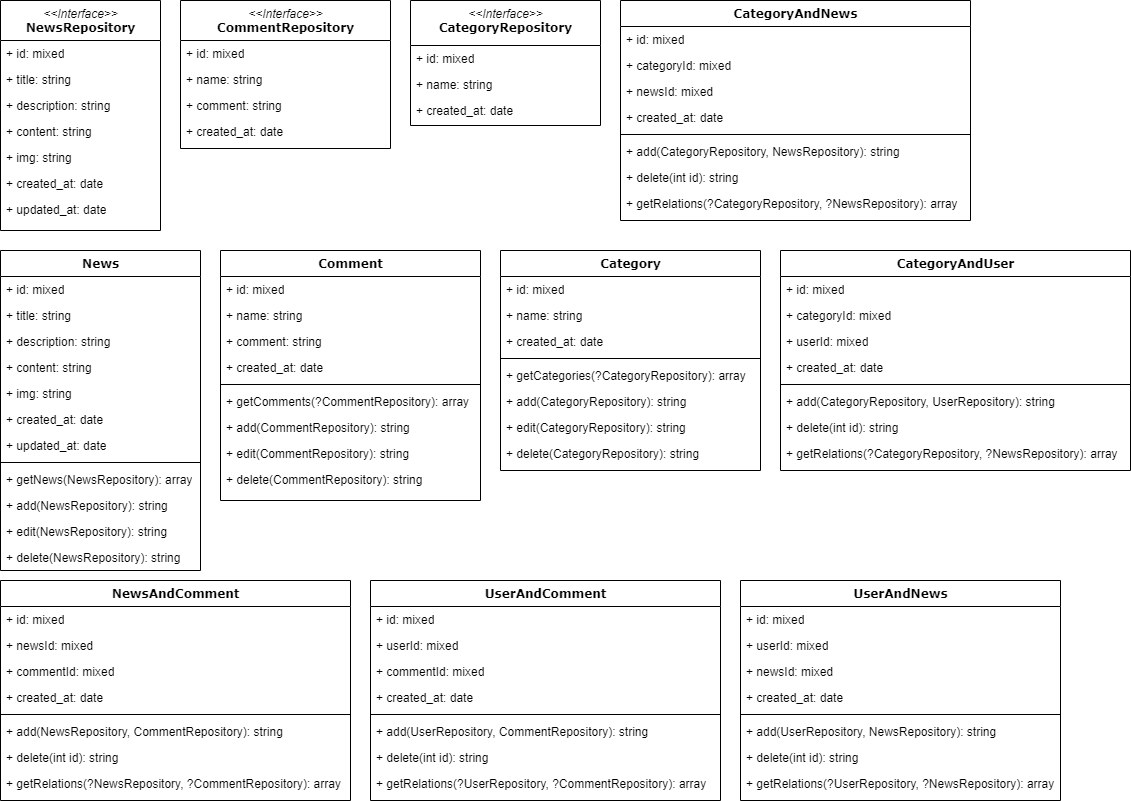
hasanuyanik/news-web-app keeps this draw.io diagram as UML/Category, News, Comment Diagram.drawio.png. Above is the earlier version. Source tidied: cells renumbered, new cells last; positions are measured from the earlier drawing's top-left corner, leaving out a move shared by most shapes.
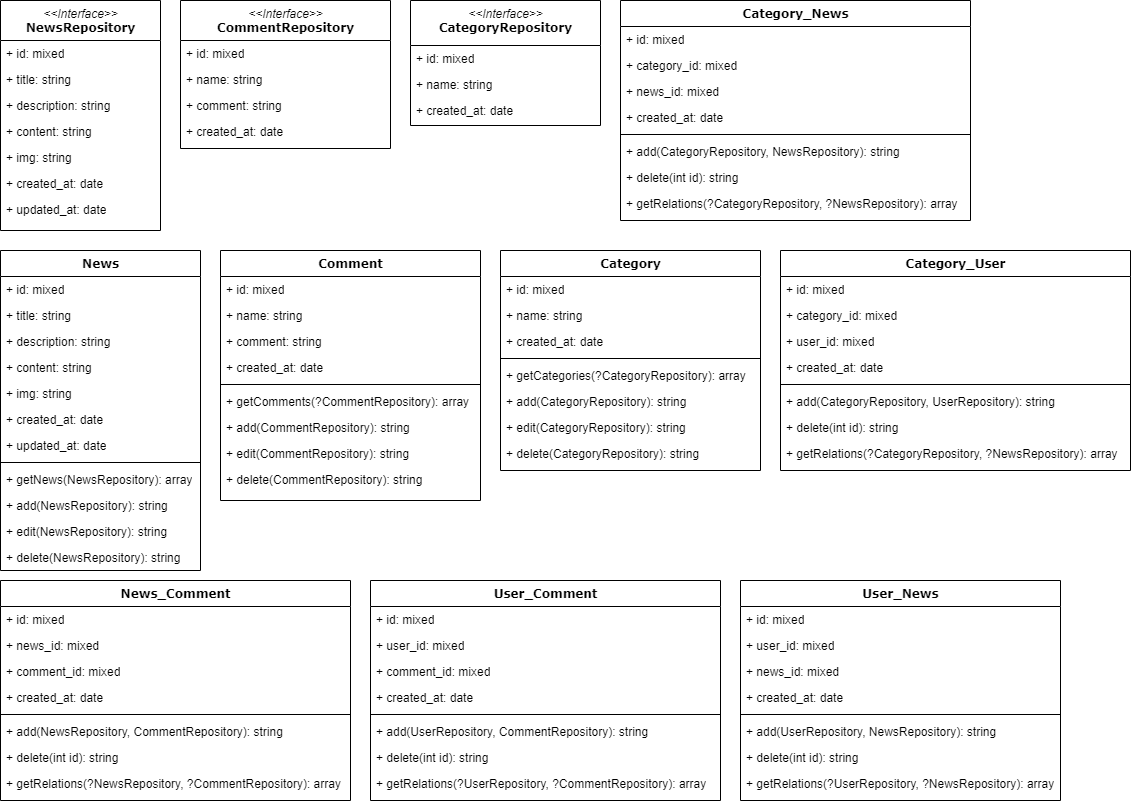
Later version of the same file.

What changed in the source:
```diff
@@ -29,16 +29,16 @@
     <mxCell id="10" value="+ delete(CategoryRepository): string" style="text;html=1;strokeColor=none;fillColor=none;align=left;verticalAlign=top;spacingLeft=4;spacingRight=4;whiteSpace=wrap;overflow=hidden;" parent="2" vertex="1">
       <mxGeometry y="190" width="260" height="26" as="geometry" />
     </mxCell>
-    <mxCell id="11" value="CategoryAndNews" style="swimlane;html=1;fontStyle=1;align=center;verticalAlign=top;horizontal=1;startSize=26;swimlaneFillColor=#ffffff;rounded=0;shadow=0;comic=0;labelBackgroundColor=none;strokeWidth=1;fillColor=none;fontFamily=Verdana;fontSize=12;" parent="1" vertex="1">
+    <mxCell id="11" value="Category_News" style="swimlane;html=1;fontStyle=1;align=center;verticalAlign=top;horizontal=1;startSize=26;swimlaneFillColor=#ffffff;rounded=0;shadow=0;comic=0;labelBackgroundColor=none;strokeWidth=1;fillColor=none;fontFamily=Verdana;fontSize=12;" parent="1" vertex="1">
       <mxGeometry x="620" width="350" height="220" as="geometry" />
     </mxCell>
     <mxCell id="12" value="+ id: mixed" style="text;html=1;strokeColor=none;fillColor=none;align=left;verticalAlign=top;spacingLeft=4;spacingRight=4;whiteSpace=wrap;overflow=hidden;" parent="11" vertex="1">
       <mxGeometry y="26" width="350" height="26" as="geometry" />
     </mxCell>
-    <mxCell id="13" value="+ categoryId: mixed" style="text;html=1;strokeColor=none;fillColor=none;align=left;verticalAlign=top;spacingLeft=4;spacingRight=4;whiteSpace=wrap;overflow=hidden;" parent="11" vertex="1">
+    <mxCell id="13" value="+ category_id: mixed" style="text;html=1;strokeColor=none;fillColor=none;align=left;verticalAlign=top;spacingLeft=4;spacingRight=4;whiteSpace=wrap;overflow=hidden;" parent="11" vertex="1">
       <mxGeometry y="52" width="350" height="26" as="geometry" />
     </mxCell>
-    <mxCell id="14" value="+ newsId: mixed" style="text;html=1;strokeColor=none;fillColor=none;align=left;verticalAlign=top;spacingLeft=4;spacingRight=4;whiteSpace=wrap;overflow=hidden;" parent="11" vertex="1">
+    <mxCell id="14" value="+ news_id: mixed" style="text;html=1;strokeColor=none;fillColor=none;align=left;verticalAlign=top;spacingLeft=4;spacingRight=4;whiteSpace=wrap;overflow=hidden;" parent="11" vertex="1">
       <mxGeometry y="78" width="350" height="26" as="geometry" />
     </mxCell>
     <mxCell id="15" value="+ created_at: date" style="text;html=1;strokeColor=none;fillColor=none;align=left;verticalAlign=top;spacingLeft=4;spacingRight=4;whiteSpace=wrap;overflow=hidden;" parent="11" vertex="1">
@@ -125,16 +125,16 @@
     <mxCell id="42" value="+ delete(NewsRepository): string" style="text;html=1;strokeColor=none;fillColor=none;align=left;verticalAlign=top;spacingLeft=4;spacingRight=4;whiteSpace=wrap;overflow=hidden;" parent="30" vertex="1">
       <mxGeometry y="294" width="200" height="26" as="geometry" />
     </mxCell>
-    <mxCell id="43" value="NewsAndComment" style="swimlane;html=1;fontStyle=1;align=center;verticalAlign=top;horizontal=1;startSize=26;swimlaneFillColor=#ffffff;rounded=0;shadow=0;comic=0;labelBackgroundColor=none;strokeWidth=1;fillColor=none;fontFamily=Verdana;fontSize=12;" parent="1" vertex="1">
+    <mxCell id="43" value="News_Comment" style="swimlane;html=1;fontStyle=1;align=center;verticalAlign=top;horizontal=1;startSize=26;swimlaneFillColor=#ffffff;rounded=0;shadow=0;comic=0;labelBackgroundColor=none;strokeWidth=1;fillColor=none;fontFamily=Verdana;fontSize=12;" parent="1" vertex="1">
       <mxGeometry y="580" width="350" height="220" as="geometry" />
     </mxCell>
     <mxCell id="44" value="+ id: mixed" style="text;html=1;strokeColor=none;fillColor=none;align=left;verticalAlign=top;spacingLeft=4;spacingRight=4;whiteSpace=wrap;overflow=hidden;" parent="43" vertex="1">
       <mxGeometry y="26" width="350" height="26" as="geometry" />
     </mxCell>
-    <mxCell id="45" value="+ newsId: mixed" style="text;html=1;strokeColor=none;fillColor=none;align=left;verticalAlign=top;spacingLeft=4;spacingRight=4;whiteSpace=wrap;overflow=hidden;" parent="43" vertex="1">
+    <mxCell id="45" value="+ news_id: mixed" style="text;html=1;strokeColor=none;fillColor=none;align=left;verticalAlign=top;spacingLeft=4;spacingRight=4;whiteSpace=wrap;overflow=hidden;" parent="43" vertex="1">
       <mxGeometry y="52" width="350" height="26" as="geometry" />
     </mxCell>
-    <mxCell id="46" value="+ commentId: mixed" style="text;html=1;strokeColor=none;fillColor=none;align=left;verticalAlign=top;spacingLeft=4;spacingRight=4;whiteSpace=wrap;overflow=hidden;" parent="43" vertex="1">
+    <mxCell id="46" value="+ comment_id: mixed" style="text;html=1;strokeColor=none;fillColor=none;align=left;verticalAlign=top;spacingLeft=4;spacingRight=4;whiteSpace=wrap;overflow=hidden;" parent="43" vertex="1">
       <mxGeometry y="78" width="350" height="26" as="geometry" />
     </mxCell>
     <mxCell id="47" value="+ created_at: date" style="text;html=1;strokeColor=none;fillColor=none;align=left;verticalAlign=top;spacingLeft=4;spacingRight=4;whiteSpace=wrap;overflow=hidden;" parent="43" vertex="1">
@@ -152,16 +152,16 @@
     <mxCell id="51" value="+ getRelations(?NewsRepository, ?CommentRepository): array" style="text;html=1;strokeColor=none;fillColor=none;align=left;verticalAlign=top;spacingLeft=4;spacingRight=4;whiteSpace=wrap;overflow=hidden;" parent="43" vertex="1">
       <mxGeometry y="190" width="350" height="26" as="geometry" />
     </mxCell>
-    <mxCell id="52" value="UserAndComment" style="swimlane;html=1;fontStyle=1;align=center;verticalAlign=top;horizontal=1;startSize=26;swimlaneFillColor=#ffffff;rounded=0;shadow=0;comic=0;labelBackgroundColor=none;strokeWidth=1;fillColor=none;fontFamily=Verdana;fontSize=12;" parent="1" vertex="1">
+    <mxCell id="52" value="User_Comment" style="swimlane;html=1;fontStyle=1;align=center;verticalAlign=top;horizontal=1;startSize=26;swimlaneFillColor=#ffffff;rounded=0;shadow=0;comic=0;labelBackgroundColor=none;strokeWidth=1;fillColor=none;fontFamily=Verdana;fontSize=12;" parent="1" vertex="1">
       <mxGeometry x="370" y="580" width="350" height="220" as="geometry" />
     </mxCell>
     <mxCell id="53" value="+ id: mixed" style="text;html=1;strokeColor=none;fillColor=none;align=left;verticalAlign=top;spacingLeft=4;spacingRight=4;whiteSpace=wrap;overflow=hidden;" parent="52" vertex="1">
       <mxGeometry y="26" width="350" height="26" as="geometry" />
     </mxCell>
-    <mxCell id="54" value="+ userId: mixed" style="text;html=1;strokeColor=none;fillColor=none;align=left;verticalAlign=top;spacingLeft=4;spacingRight=4;whiteSpace=wrap;overflow=hidden;" parent="52" vertex="1">
+    <mxCell id="54" value="+ user_id: mixed" style="text;html=1;strokeColor=none;fillColor=none;align=left;verticalAlign=top;spacingLeft=4;spacingRight=4;whiteSpace=wrap;overflow=hidden;" parent="52" vertex="1">
       <mxGeometry y="52" width="350" height="26" as="geometry" />
     </mxCell>
-    <mxCell id="55" value="+ commentId: mixed" style="text;html=1;strokeColor=none;fillColor=none;align=left;verticalAlign=top;spacingLeft=4;spacingRight=4;whiteSpace=wrap;overflow=hidden;" parent="52" vertex="1">
+    <mxCell id="55" value="+ comment_id: mixed" style="text;html=1;strokeColor=none;fillColor=none;align=left;verticalAlign=top;spacingLeft=4;spacingRight=4;whiteSpace=wrap;overflow=hidden;" parent="52" vertex="1">
       <mxGeometry y="78" width="350" height="26" as="geometry" />
     </mxCell>
     <mxCell id="56" value="+ created_at: date" style="text;html=1;strokeColor=none;fillColor=none;align=left;verticalAlign=top;spacingLeft=4;spacingRight=4;whiteSpace=wrap;overflow=hidden;" parent="52" vertex="1">
@@ -179,16 +179,16 @@
     <mxCell id="60" value="+ getRelations(?UserRepository, ?CommentRepository): array" style="text;html=1;strokeColor=none;fillColor=none;align=left;verticalAlign=top;spacingLeft=4;spacingRight=4;whiteSpace=wrap;overflow=hidden;" parent="52" vertex="1">
       <mxGeometry y="190" width="350" height="26" as="geometry" />
     </mxCell>
-    <mxCell id="61" value="UserAndNews" style="swimlane;html=1;fontStyle=1;align=center;verticalAlign=top;horizontal=1;startSize=26;swimlaneFillColor=#ffffff;rounded=0;shadow=0;comic=0;labelBackgroundColor=none;strokeWidth=1;fillColor=none;fontFamily=Verdana;fontSize=12;" parent="1" vertex="1">
+    <mxCell id="61" value="User_News" style="swimlane;html=1;fontStyle=1;align=center;verticalAlign=top;horizontal=1;startSize=26;swimlaneFillColor=#ffffff;rounded=0;shadow=0;comic=0;labelBackgroundColor=none;strokeWidth=1;fillColor=none;fontFamily=Verdana;fontSize=12;" parent="1" vertex="1">
       <mxGeometry x="740" y="580" width="320" height="220" as="geometry" />
     </mxCell>
     <mxCell id="62" value="+ id: mixed" style="text;html=1;strokeColor=none;fillColor=none;align=left;verticalAlign=top;spacingLeft=4;spacingRight=4;whiteSpace=wrap;overflow=hidden;" parent="61" vertex="1">
       <mxGeometry y="26" width="320" height="26" as="geometry" />
     </mxCell>
-    <mxCell id="63" value="+ userId: mixed" style="text;html=1;strokeColor=none;fillColor=none;align=left;verticalAlign=top;spacingLeft=4;spacingRight=4;whiteSpace=wrap;overflow=hidden;" parent="61" vertex="1">
+    <mxCell id="63" value="+ user_id: mixed" style="text;html=1;strokeColor=none;fillColor=none;align=left;verticalAlign=top;spacingLeft=4;spacingRight=4;whiteSpace=wrap;overflow=hidden;" parent="61" vertex="1">
       <mxGeometry y="52" width="320" height="26" as="geometry" />
     </mxCell>
-    <mxCell id="64" value="+ newsId: mixed" style="text;html=1;strokeColor=none;fillColor=none;align=left;verticalAlign=top;spacingLeft=4;spacingRight=4;whiteSpace=wrap;overflow=hidden;" parent="61" vertex="1">
+    <mxCell id="64" value="+ news_id: mixed" style="text;html=1;strokeColor=none;fillColor=none;align=left;verticalAlign=top;spacingLeft=4;spacingRight=4;whiteSpace=wrap;overflow=hidden;" parent="61" vertex="1">
       <mxGeometry y="78" width="320" height="26" as="geometry" />
     </mxCell>
     <mxCell id="65" value="+ created_at: date" style="text;html=1;strokeColor=none;fillColor=none;align=left;verticalAlign=top;spacingLeft=4;spacingRight=4;whiteSpace=wrap;overflow=hidden;" parent="61" vertex="1">
@@ -206,16 +206,16 @@
     <mxCell id="69" value="+ getRelations(?UserRepository, ?NewsRepository): array" style="text;html=1;strokeColor=none;fillColor=none;align=left;verticalAlign=top;spacingLeft=4;spacingRight=4;whiteSpace=wrap;overflow=hidden;" parent="61" vertex="1">
       <mxGeometry y="190" width="320" height="26" as="geometry" />
     </mxCell>
-    <mxCell id="70" value="CategoryAndUser" style="swimlane;html=1;fontStyle=1;align=center;verticalAlign=top;horizontal=1;startSize=26;swimlaneFillColor=#ffffff;rounded=0;shadow=0;comic=0;labelBackgroundColor=none;strokeWidth=1;fillColor=none;fontFamily=Verdana;fontSize=12;" parent="1" vertex="1">
+    <mxCell id="70" value="Category_User" style="swimlane;html=1;fontStyle=1;align=center;verticalAlign=top;horizontal=1;startSize=26;swimlaneFillColor=#ffffff;rounded=0;shadow=0;comic=0;labelBackgroundColor=none;strokeWidth=1;fillColor=none;fontFamily=Verdana;fontSize=12;" parent="1" vertex="1">
       <mxGeometry x="780" y="250" width="350" height="220" as="geometry" />
     </mxCell>
     <mxCell id="71" value="+ id: mixed" style="text;html=1;strokeColor=none;fillColor=none;align=left;verticalAlign=top;spacingLeft=4;spacingRight=4;whiteSpace=wrap;overflow=hidden;" parent="70" vertex="1">
       <mxGeometry y="26" width="350" height="26" as="geometry" />
     </mxCell>
-    <mxCell id="72" value="+ categoryId: mixed" style="text;html=1;strokeColor=none;fillColor=none;align=left;verticalAlign=top;spacingLeft=4;spacingRight=4;whiteSpace=wrap;overflow=hidden;" parent="70" vertex="1">
+    <mxCell id="72" value="+ category_id: mixed" style="text;html=1;strokeColor=none;fillColor=none;align=left;verticalAlign=top;spacingLeft=4;spacingRight=4;whiteSpace=wrap;overflow=hidden;" parent="70" vertex="1">
       <mxGeometry y="52" width="350" height="26" as="geometry" />
     </mxCell>
-    <mxCell id="73" value="+ userId: mixed" style="text;html=1;strokeColor=none;fillColor=none;align=left;verticalAlign=top;spacingLeft=4;spacingRight=4;whiteSpace=wrap;overflow=hidden;" parent="70" vertex="1">
+    <mxCell id="73" value="+ user_id: mixed" style="text;html=1;strokeColor=none;fillColor=none;align=left;verticalAlign=top;spacingLeft=4;spacingRight=4;whiteSpace=wrap;overflow=hidden;" parent="70" vertex="1">
       <mxGeometry y="78" width="350" height="26" as="geometry" />
     </mxCell>
     <mxCell id="74" value="+ created_at: date" style="text;html=1;strokeColor=none;fillColor=none;align=left;verticalAlign=top;spacingLeft=4;spacingRight=4;whiteSpace=wrap;overflow=hidden;" parent="70" vertex="1">
```
